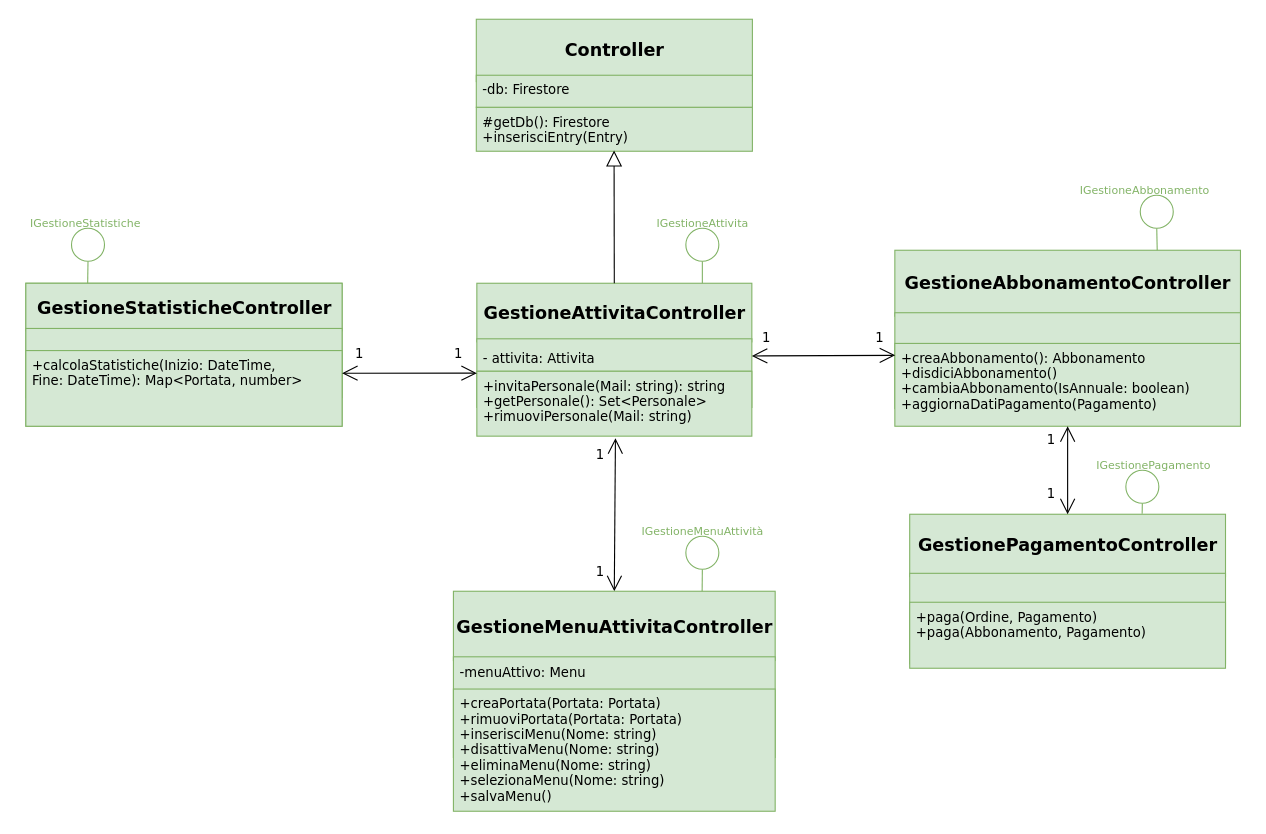
The draw.io diagram page "attivita" (2 of 5) of progettazione/dettaglio/dettaglioController.drawio in Marco-Burattoni/Progetto-ids, before the edit. Source tidied: cells renumbered, new cells numbered last; positions are measured from the earlier drawing's top-left corner, leaving out a move shared by most shapes. Both pictures are drawn from the tidied source at 110%, with x=0, y=0 at pixel (19, 19).
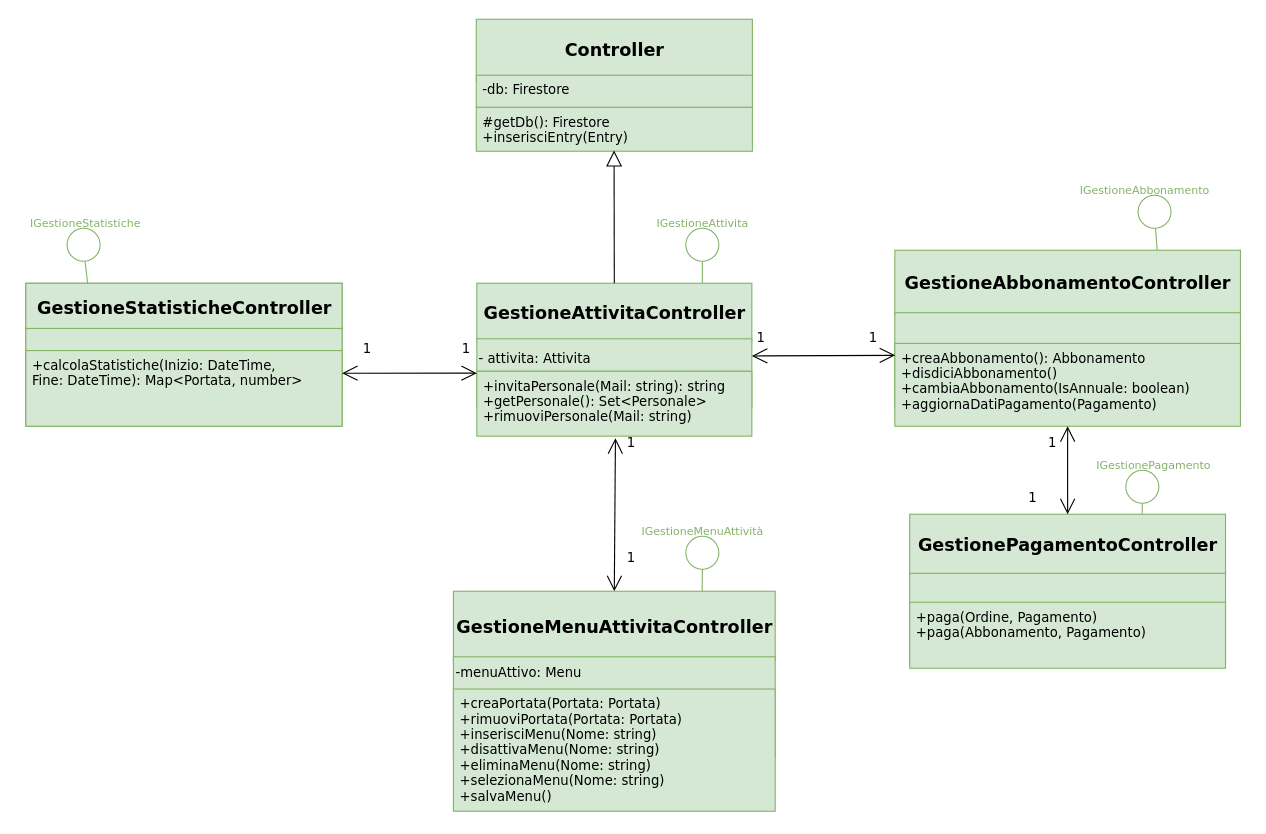
The same diagram, later.

The change refers to these unchanged cells:
```xml
<mxCell id="2" style="group;fontFamily=Verdana;" parent="1" vertex="1">
  <mxGeometry x="416" y="240" width="250" height="160" as="geometry" />
</mxCell>
<mxCell id="22" style="group;fontFamily=Verdana;" parent="16" vertex="1">
  <mxGeometry width="143.8" height="70" as="geometry" />
</mxCell>
<mxCell id="26" style="group;fontFamily=Verdana;" parent="1" vertex="1">
  <mxGeometry x="796" y="140" width="320" height="260" as="geometry" />
</mxCell>
<mxCell id="27" style="group;fontFamily=Verdana;" parent="26" vertex="1">
  <mxGeometry y="70" width="314.2" height="190" as="geometry" />
</mxCell>
<mxCell id="54" style="group;fontFamily=Verdana;" parent="1" vertex="1">
  <mxGeometry x="394.7" y="520" width="292.5" height="200" as="geometry" />
</mxCell>
```

Diff of the diagram source:
```diff
@@
-    <mxCell id="4" value="&lt;font style=&quot;font-size: 12px;&quot;&gt;&amp;nbsp;- attivita: Attivita&lt;/font&gt;" style="html=1;fontSize=16;fillColor=#d5e8d4;strokeColor=#82b366;fontFamily=Verdana;align=left;verticalAlign=top;" parent="2" vertex="1">
+    <mxCell id="4" value="&lt;font style=&quot;font-size: 12px;&quot;&gt;- attivita: Attivita&lt;/font&gt;" style="html=1;fontSize=16;fillColor=#d5e8d4;strokeColor=#82b366;fontFamily=Verdana;align=left;verticalAlign=top;" parent="2" vertex="1">
       <mxGeometry y="50.5" width="250" height="62.4" as="geometry" />
     </mxCell>
@@
     <mxCell id="7" value="1" style="text;html=1;align=center;verticalAlign=middle;strokeColor=none;fillColor=none;fontFamily=Verdana;" parent="2" vertex="1">
-      <mxGeometry x="97" y="141" width="30" height="30" as="geometry" />
+      <mxGeometry x="125" y="130" width="30" height="30" as="geometry" />
     </mxCell>
@@
     <mxCell id="24" style="ellipse;whiteSpace=wrap;html=1;strokeColor=#82B366;fontFamily=Verdana;" parent="22" vertex="1">
-      <mxGeometry x="41.5" y="20" width="30" height="30" as="geometry" />
+      <mxGeometry x="37.5" y="20" width="30" height="30" as="geometry" />
     </mxCell>
@@
     <mxCell id="32" value="&lt;font&gt;1&lt;/font&gt;" style="text;html=1;align=center;verticalAlign=middle;strokeColor=none;fillColor=none;fontFamily=Verdana;" parent="27" vertex="1">
-      <mxGeometry x="127" y="158" width="30" height="30" as="geometry" />
+      <mxGeometry x="128" y="160" width="30" height="30" as="geometry" />
     </mxCell>
@@
     <mxCell id="34" style="ellipse;whiteSpace=wrap;html=1;strokeColor=#82B366;fontFamily=Verdana;" parent="26" vertex="1">
-      <mxGeometry x="223.1" y="20" width="30" height="30" as="geometry" />
+      <mxGeometry x="221.1" y="20" width="30" height="30" as="geometry" />
     </mxCell>
@@
     <mxCell id="39" value="1" style="text;html=1;align=center;verticalAlign=middle;strokeColor=none;fillColor=none;fontFamily=Verdana;" parent="1" vertex="1">
-      <mxGeometry x="294" y="289" width="30" height="30" as="geometry" />
+      <mxGeometry x="301" y="285" width="30" height="30" as="geometry" />
     </mxCell>
     <mxCell id="40" value="1" style="text;html=1;align=center;verticalAlign=middle;strokeColor=none;fillColor=none;fontFamily=Verdana;" parent="1" vertex="1">
-      <mxGeometry x="384" y="289" width="30" height="30" as="geometry" />
+      <mxGeometry x="391" y="285" width="30" height="30" as="geometry" />
     </mxCell>
     <mxCell id="41" value="1" style="text;html=1;align=center;verticalAlign=middle;strokeColor=none;fillColor=none;fontFamily=Verdana;" parent="1" vertex="1">
-      <mxGeometry x="664" y="275" width="30" height="30" as="geometry" />
+      <mxGeometry x="659" y="275" width="30" height="30" as="geometry" />
     </mxCell>
     <mxCell id="42" value="1" style="text;html=1;align=center;verticalAlign=middle;strokeColor=none;fillColor=none;fontFamily=Verdana;" parent="1" vertex="1">
-      <mxGeometry x="767" y="275" width="30" height="30" as="geometry" />
+      <mxGeometry x="761" y="275" width="30" height="30" as="geometry" />
     </mxCell>
     <mxCell id="43" value="1" style="text;html=1;align=center;verticalAlign=middle;strokeColor=none;fillColor=none;fontFamily=Verdana;" parent="1" vertex="1">
-      <mxGeometry x="513" y="488" width="30" height="30" as="geometry" />
+      <mxGeometry x="541" y="475" width="30" height="30" as="geometry" />
     </mxCell>
@@
     <mxCell id="53" value="1" style="text;html=1;align=center;verticalAlign=middle;strokeColor=none;fillColor=none;fontSize=12;fontFamily=Verdana;" parent="1" vertex="1">
-      <mxGeometry x="923" y="417" width="30" height="30" as="geometry" />
+      <mxGeometry x="906" y="420" width="30" height="30" as="geometry" />
     </mxCell>
@@
-    <mxCell id="56" value="&amp;nbsp;-menuAttivo: Menu" style="html=1;fontSize=12;fillColor=#d5e8d4;strokeColor=#82b366;fontFamily=Verdana;align=left;verticalAlign=top;" parent="54" vertex="1">
+    <mxCell id="56" value="-menuAttivo: Menu" style="html=1;fontSize=12;fillColor=#d5e8d4;strokeColor=#82b366;fontFamily=Verdana;align=left;verticalAlign=top;" parent="54" vertex="1">
       <mxGeometry y="59.6" width="292.5" height="91.5" as="geometry" />
     </mxCell>
```
